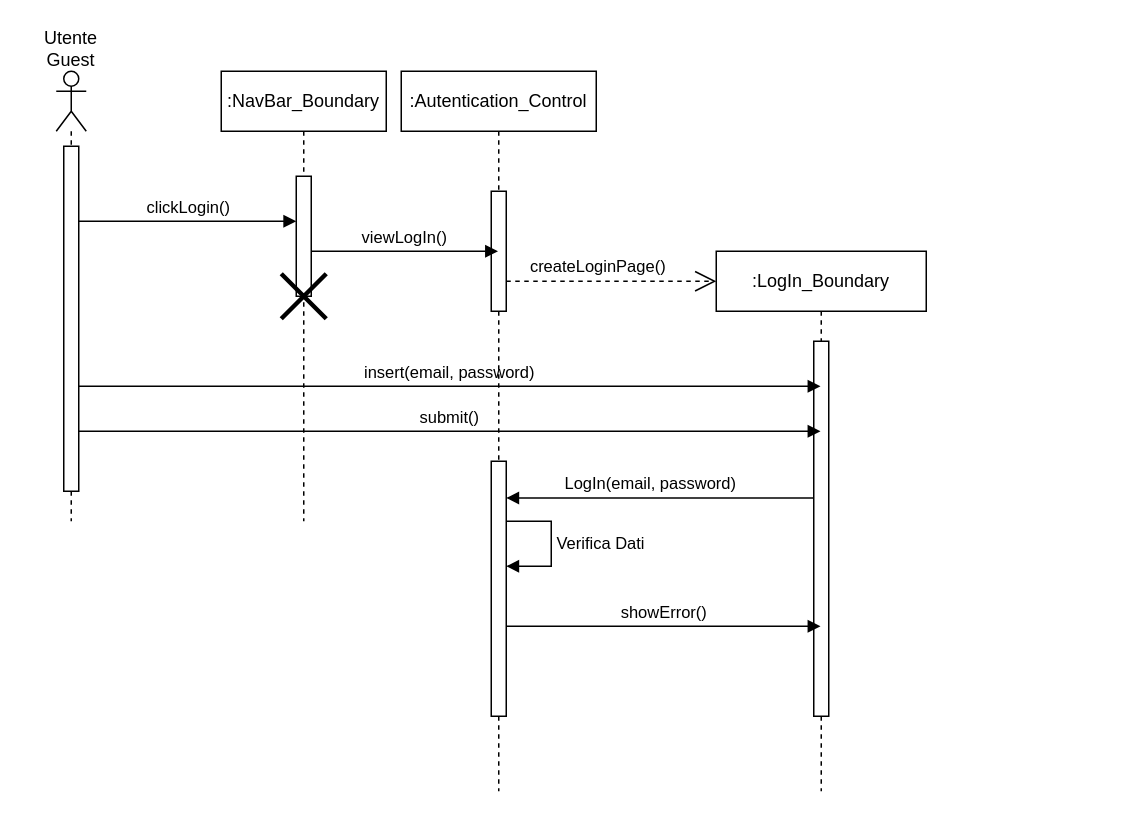
This is New Diagrams/Sequence Diagrams/EUC02- LogIn Errato.drawio from superfra01/Rated, a draw.io file, before an edit. Source tidied: cells renumbered, new cells numbered last; positions are measured from the earlier drawing's top-left corner, leaving out a move shared by most shapes. Both pictures are drawn from the tidied source at 150%, with x=0, y=0 at pixel (26, 26).
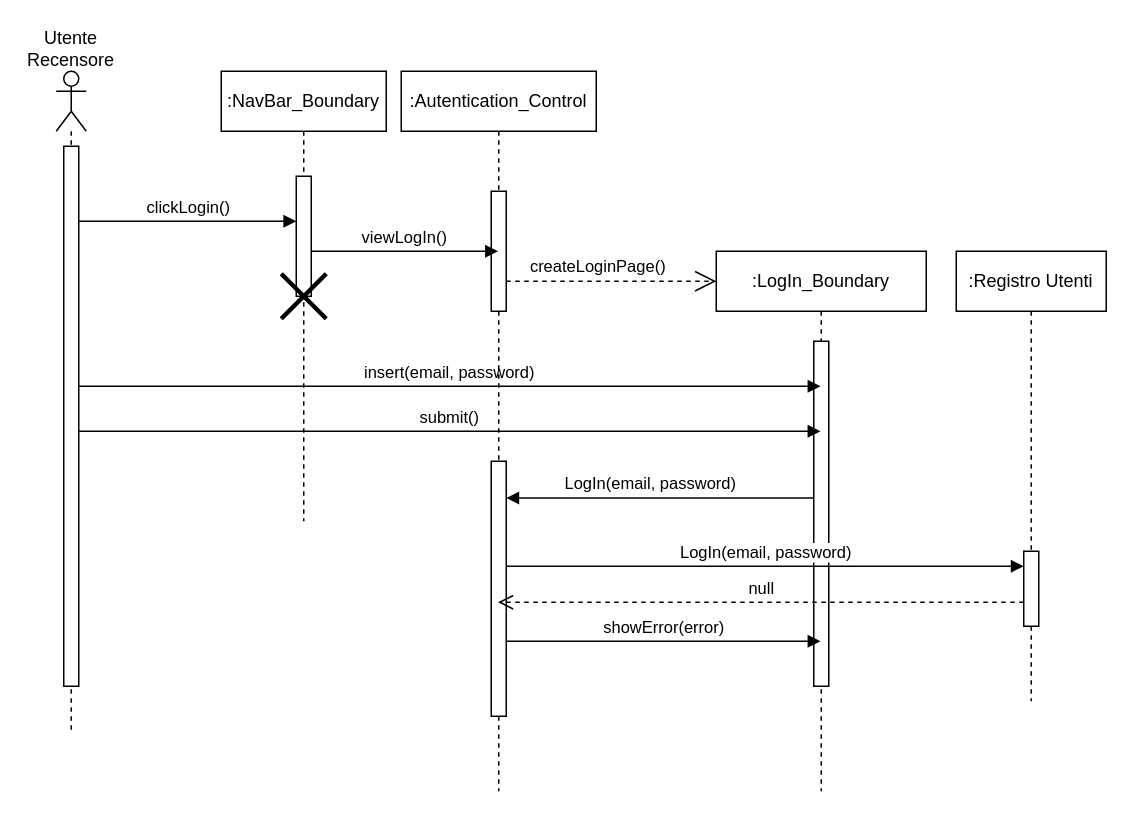
Above is the later version.

The change refers to these unchanged cells:
```xml
<mxCell id="2" value=":LogIn_Boundary" style="shape=umlLifeline;perimeter=lifelinePerimeter;whiteSpace=wrap;html=1;outlineConnect=0;portConstraint=eastwest;newEdgeStyle={&quot;curved&quot;:0,&quot;rounded&quot;:0};" parent="1" vertex="1">
  <mxGeometry x="460" y="150" width="140" height="360" as="geometry" />
</mxCell>
<mxCell id="16" value=":Autentication_Control" style="shape=umlLifeline;perimeter=lifelinePerimeter;whiteSpace=wrap;html=1;outlineConnect=0;portConstraint=eastwest;newEdgeStyle={&quot;curved&quot;:0,&quot;rounded&quot;:0};" parent="1" vertex="1">
  <mxGeometry x="250" y="30" width="130" height="480" as="geometry" />
</mxCell>
<mxCell id="18" style="html=1;points=[[0,0,0,0,5],[0,1,0,0,-5],[1,0,0,0,5],[1,1,0,0,-5]];perimeter=orthogonalPerimeter;outlineConnect=0;targetShapes=umlLifeline;portConstraint=eastwest;newEdgeStyle={&quot;curved&quot;:0,&quot;rounded&quot;:0};" parent="16" vertex="1">
  <mxGeometry x="60" y="260" width="10" height="170" as="geometry" />
</mxCell>
```

Change to the diagram source:
```diff
@@
-    <mxCell id="3" style="html=1;perimeter=orthogonalPerimeter;targetShapes=umlLifeline;newEdgeStyle={&quot;curved&quot;:0,&quot;rounded&quot;:0};" parent="2" vertex="1">
-      <mxGeometry x="65" y="60" width="10" height="250" as="geometry" />
-    </mxCell>
-    <mxCell id="4" style="shape=umlLifeline;perimeter=lifelinePerimeter;whiteSpace=wrap;html=1;newEdgeStyle={&quot;curved&quot;:0,&quot;rounded&quot;:0};participant=umlActor;" parent="1" vertex="1">
-      <mxGeometry x="20" y="30" width="20" height="300" as="geometry" />
-    </mxCell>
-    <mxCell id="5" style="html=1;perimeter=orthogonalPerimeter;targetShapes=umlLifeline;newEdgeStyle={&quot;curved&quot;:0,&quot;rounded&quot;:0};" parent="4" vertex="1">
-      <mxGeometry x="5" y="50" width="10" height="230" as="geometry" />
-    </mxCell>
-    <mxCell id="6" value="Utente Guest" style="text;html=1;align=center;verticalAlign=middle;whiteSpace=wrap;rounded=0;" parent="1" vertex="1">
-      <mxGeometry width="60" height="30" as="geometry" />
-    </mxCell>
+    <mxCell id="22" style="html=1;perimeter=orthogonalPerimeter;targetShapes=umlLifeline;newEdgeStyle={&quot;curved&quot;:0,&quot;rounded&quot;:0};" parent="2" vertex="1">
+      <mxGeometry x="65" y="60" width="10" height="230" as="geometry" />
+    </mxCell>
+    <mxCell id="23" style="shape=umlLifeline;perimeter=lifelinePerimeter;whiteSpace=wrap;html=1;newEdgeStyle={&quot;curved&quot;:0,&quot;rounded&quot;:0};participant=umlActor;" parent="1" vertex="1">
+      <mxGeometry x="20" y="30" width="20" height="440" as="geometry" />
+    </mxCell>
+    <mxCell id="24" style="html=1;perimeter=orthogonalPerimeter;targetShapes=umlLifeline;newEdgeStyle={&quot;curved&quot;:0,&quot;rounded&quot;:0};" parent="23" vertex="1">
+      <mxGeometry x="5" y="50" width="10" height="360" as="geometry" />
+    </mxCell>
+    <mxCell id="25" value="Utente Recensore" style="text;html=1;align=center;verticalAlign=middle;whiteSpace=wrap;rounded=0;" parent="1" vertex="1">
+      <mxGeometry width="60" height="30" as="geometry" />
+    </mxCell>
@@
-    <mxCell id="10" style="html=1;verticalAlign=bottom;endArrow=block;curved=0;rounded=0;" parent="1" edge="1" target="18">
-      <mxGeometry relative="1" as="geometry">
-        <mxPoint x="525" y="314.5" as="sourcePoint" />
-      </mxGeometry>
-    </mxCell>
+    <mxCell id="26" style="html=1;verticalAlign=bottom;endArrow=block;curved=0;rounded=0;" parent="1" edge="1" target="18">
+      <mxGeometry relative="1" as="geometry">
+        <mxPoint x="525" y="314.5" as="sourcePoint" />
+      </mxGeometry>
+    </mxCell>
-    <mxCell id="11" value="LogIn(email, password)" style="edgeLabel;html=1;align=center;verticalAlign=middle;" parent="10" vertex="1">
+    <mxCell id="11" value="LogIn(email, password)" style="edgeLabel;html=1;align=center;verticalAlign=middle;" parent="26" vertex="1">
       <mxGeometry x="-0.11" y="-1" relative="1" as="geometry">
         <mxPoint x="-19" y="-9" as="offset" />
       </mxGeometry>
     </mxCell>
-    <mxCell id="12" value="Verifica Dati" style="html=1;align=left;spacingLeft=2;endArrow=block;rounded=0;edgeStyle=orthogonalEdgeStyle;curved=0;rounded=0;" parent="1" edge="1">
-      <mxGeometry relative="1" as="geometry">
-        <mxPoint x="320" y="330" as="sourcePoint" />
-        <mxPoint x="320" y="360" as="targetPoint" />
-        <Array as="points">
-          <mxPoint x="350" y="330" />
-          <mxPoint x="350" y="360" />
-        </Array>
-      </mxGeometry>
-    </mxCell>
@@
-    <mxCell id="21" value="showError()" style="html=1;verticalAlign=bottom;endArrow=block;curved=0;rounded=0;" parent="1" edge="1" target="2">
-      <mxGeometry relative="1" as="geometry">
-        <mxPoint x="320" y="400" as="sourcePoint" />
-      </mxGeometry>
-    </mxCell>
+    <mxCell id="27" value="showError(error)" style="html=1;verticalAlign=bottom;endArrow=block;curved=0;rounded=0;" parent="1" edge="1">
+      <mxGeometry relative="1" as="geometry">
+        <mxPoint x="320" y="410" as="sourcePoint" />
+        <mxPoint x="529.5" y="410" as="targetPoint" />
+      </mxGeometry>
+    </mxCell>
+    <mxCell id="28" value="LogIn(email, password)" style="html=1;verticalAlign=bottom;endArrow=block;curved=0;rounded=0;" parent="1" edge="1" target="30">
+      <mxGeometry relative="1" as="geometry">
+        <mxPoint x="320" y="360" as="sourcePoint" />
+      </mxGeometry>
+    </mxCell>
+    <mxCell id="29" value=":Registro Utenti" style="shape=umlLifeline;perimeter=lifelinePerimeter;whiteSpace=wrap;html=1;newEdgeStyle={&quot;curved&quot;:0,&quot;rounded&quot;:0};" parent="1" vertex="1">
+      <mxGeometry x="620" y="150" width="100" height="300" as="geometry" />
+    </mxCell>
+    <mxCell id="30" style="html=1;points=[[0,0,0,0,5],[0,1,0,0,-5],[1,0,0,0,5],[1,1,0,0,-5]];perimeter=orthogonalPerimeter;outlineConnect=0;targetShapes=umlLifeline;portConstraint=eastwest;newEdgeStyle={&quot;curved&quot;:0,&quot;rounded&quot;:0};" parent="29" vertex="1">
+      <mxGeometry x="45" y="200" width="10" height="50" as="geometry" />
+    </mxCell>
+    <mxCell id="31" value="null" style="html=1;verticalAlign=bottom;endArrow=open;dashed=1;endSize=8;curved=0;rounded=0;" parent="1" edge="1" source="30" target="16">
+      <mxGeometry relative="1" as="geometry">
+        <Array as="points">
+          <mxPoint x="640" y="384" />
+        </Array>
+      </mxGeometry>
+    </mxCell>
```
